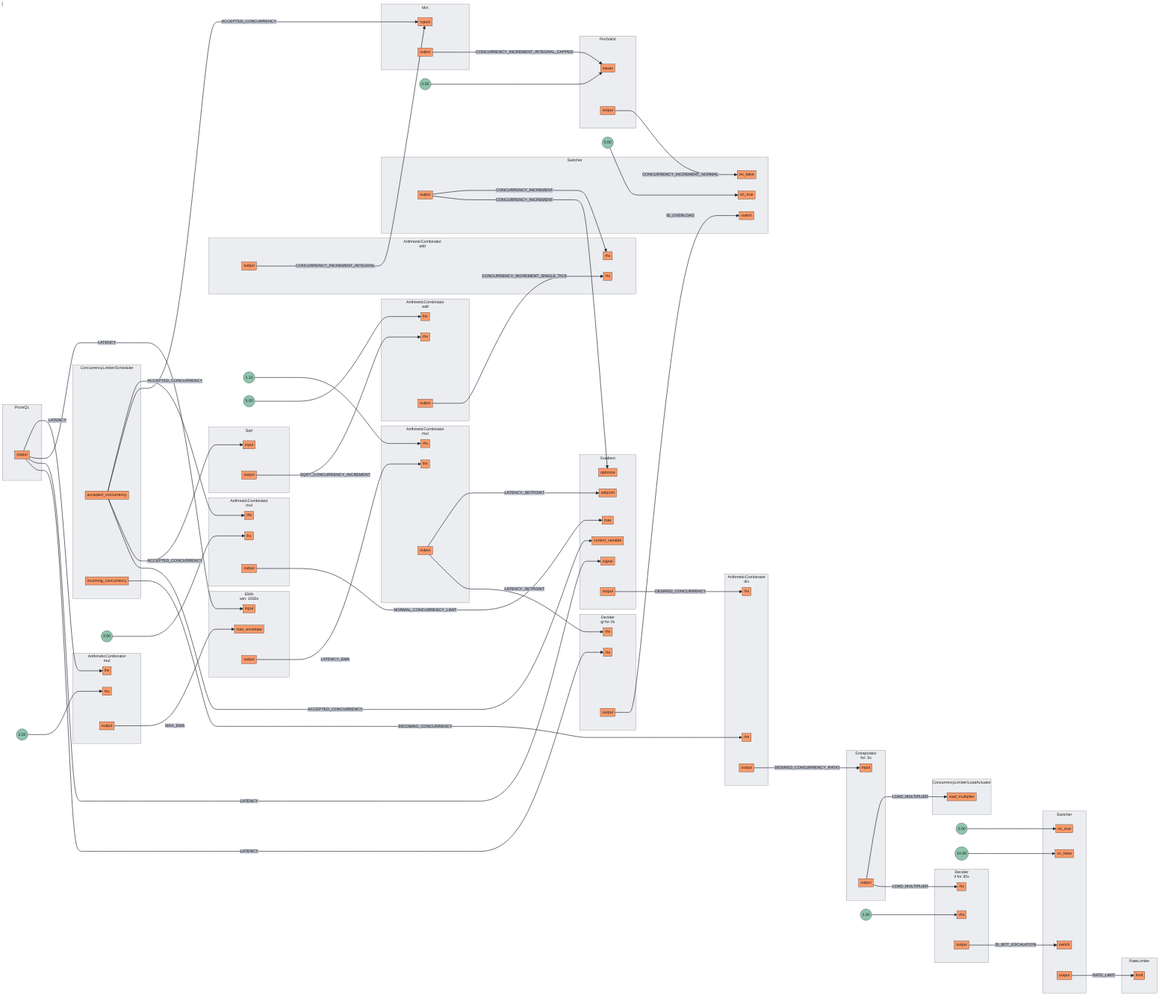
Before: docs/content/tutorials/flow-control/assets/dynamic-rate-limiting/dynamic-rate-limiting.mmd.png, a diagram exported from Mermaid (fluxninja/aperture). Its source is kept beside it as docs/content/tutorials/flow-control/assets/dynamic-rate-limiting/dynamic-rate-limiting.mmd.
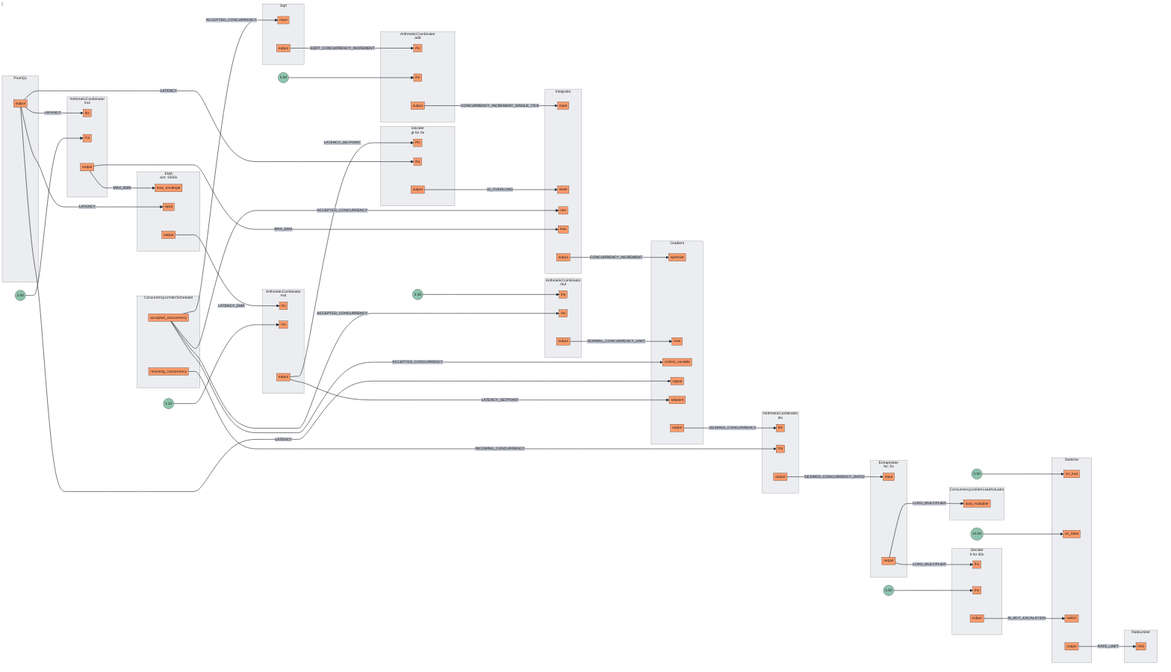
After the commit.

What changed in the source:
```diff
@@ -39,8 +39,8 @@
 subgraph 3[<center>ArithmeticCombinator<br/>mul</center>]
 subgraph 3_inports[ ]
 style 3_inports fill:none,stroke:none
+3lhs[lhs]
 3rhs[rhs]
-3lhs[lhs]
 end
 subgraph 3_outports[ ]
 style 3_outports fill:none,stroke:none
@@ -62,44 +62,39 @@
 end
 FakeConstant3((5.00))
 FakeConstant3 --> 4lhs
-subgraph 5[<center>ArithmeticCombinator<br/>add</center>]
+subgraph 5[Integrator]
 subgraph 5_inports[ ]
 style 5_inports fill:none,stroke:none
-5lhs[lhs]
-5rhs[rhs]
+5input[input]
+5reset[reset]
+5min[min]
+5max[max]
 end
 subgraph 5_outports[ ]
 style 5_outports fill:none,stroke:none
 5output[output]
 end
 end
-subgraph 6[Min]
+subgraph 6[Sqrt]
 subgraph 6_inports[ ]
 style 6_inports fill:none,stroke:none
-6inputs[inputs]
-6inputs[inputs]
+6input[input]
 end
 subgraph 6_outports[ ]
 style 6_outports fill:none,stroke:none
 6output[output]
 end
 end
-subgraph 7[FirstValid]
-subgraph 7_inports[ ]
-style 7_inports fill:none,stroke:none
-7inputs[inputs]
-7inputs[inputs]
-end
+subgraph 7[PromQL]
 subgraph 7_outports[ ]
 style 7_outports fill:none,stroke:none
 7output[output]
 end
 end
-FakeConstant4((0.00))
-FakeConstant4 --> 7inputs
-subgraph 8[Sqrt]
+subgraph 8[<center>EMA<br/>win: 1500s</center>]
 subgraph 8_inports[ ]
 style 8_inports fill:none,stroke:none
+8max_envelope[max_envelope]
 8input[input]
 end
 subgraph 8_outports[ ]
@@ -107,145 +102,111 @@
 8output[output]
 end
 end
-subgraph 9[PromQL]
+subgraph 9[Gradient]
+subgraph 9_inports[ ]
+style 9_inports fill:none,stroke:none
+9optimize[optimize]
+9max[max]
+9control_variable[control_variable]
+9signal[signal]
+9setpoint[setpoint]
+end
 subgraph 9_outports[ ]
 style 9_outports fill:none,stroke:none
 9output[output]
 end
 end
-subgraph 10[<center>EMA<br/>win: 1500s</center>]
+subgraph 10[<center>Extrapolator<br/>for: 5s</center>]
 subgraph 10_inports[ ]
 style 10_inports fill:none,stroke:none
 10input[input]
-10max_envelope[max_envelope]
 end
 subgraph 10_outports[ ]
 style 10_outports fill:none,stroke:none
 10output[output]
 end
 end
-subgraph 11[Gradient]
-subgraph 11_inports[ ]
-style 11_inports fill:none,stroke:none
-11optimize[optimize]
-11max[max]
-11control_variable[control_variable]
-11signal[signal]
-11setpoint[setpoint]
-end
-subgraph 11_outports[ ]
-style 11_outports fill:none,stroke:none
-11output[output]
+subgraph 11.Scheduler[ConcurrencyLimiter/Scheduler]
+subgraph 11.Scheduler_outports[ ]
+style 11.Scheduler_outports fill:none,stroke:none
+11.Scheduleraccepted_concurrency[accepted_concurrency]
+11.Schedulerincoming_concurrency[incoming_concurrency]
 end
 end
-subgraph 12[<center>Extrapolator<br/>for: 5s</center>]
+subgraph 11.LoadActuator[ConcurrencyLimiter/LoadActuator]
+subgraph 11.LoadActuator_inports[ ]
+style 11.LoadActuator_inports fill:none,stroke:none
+11.LoadActuatorload_multiplier[load_multiplier]
+end
+end
+subgraph 15[RateLimiter]
+subgraph 15_inports[ ]
+style 15_inports fill:none,stroke:none
+15limit[limit]
+end
+end
+subgraph 14[Switcher]
+subgraph 14_inports[ ]
+style 14_inports fill:none,stroke:none
+14on_true[on_true]
+14on_false[on_false]
+14switch[switch]
+end
+subgraph 14_outports[ ]
+style 14_outports fill:none,stroke:none
+14output[output]
+end
+end
+FakeConstant4((0.00))
+FakeConstant4 --> 14on_true
+FakeConstant5((10.00))
+FakeConstant5 --> 14on_false
+subgraph 12[<center>Decider<br/>gt for 0s</center>]
 subgraph 12_inports[ ]
 style 12_inports fill:none,stroke:none
-12input[input]
+12rhs[rhs]
+12lhs[lhs]
 end
 subgraph 12_outports[ ]
 style 12_outports fill:none,stroke:none
 12output[output]
 end
 end
-subgraph 13.Scheduler[ConcurrencyLimiter/Scheduler]
-subgraph 13.Scheduler_outports[ ]
-style 13.Scheduler_outports fill:none,stroke:none
-13.Scheduleraccepted_concurrency[accepted_concurrency]
-13.Schedulerincoming_concurrency[incoming_concurrency]
+subgraph 13[<center>Decider<br/>lt for 30s</center>]
+subgraph 13_inports[ ]
+style 13_inports fill:none,stroke:none
+13lhs[lhs]
+13rhs[rhs]
+end
+subgraph 13_outports[ ]
+style 13_outports fill:none,stroke:none
+13output[output]
 end
 end
-subgraph 13.LoadActuator[ConcurrencyLimiter/LoadActuator]
-subgraph 13.LoadActuator_inports[ ]
-style 13.LoadActuator_inports fill:none,stroke:none
-13.LoadActuatorload_multiplier[load_multiplier]
-end
-end
-subgraph 18[RateLimiter]
-subgraph 18_inports[ ]
-style 18_inports fill:none,stroke:none
-18limit[limit]
-end
-end
-subgraph 17[Switcher]
-subgraph 17_inports[ ]
-style 17_inports fill:none,stroke:none
-17on_true[on_true]
-17on_false[on_false]
-17switch[switch]
-end
-subgraph 17_outports[ ]
-style 17_outports fill:none,stroke:none
-17output[output]
-end
-end
-FakeConstant5((0.00))
-FakeConstant5 --> 17on_true
-FakeConstant6((10.00))
-FakeConstant6 --> 17on_false
-subgraph 14[<center>Decider<br/>gt for 0s</center>]
-subgraph 14_inports[ ]
-style 14_inports fill:none,stroke:none
-14lhs[lhs]
-14rhs[rhs]
-end
-subgraph 14_outports[ ]
-style 14_outports fill:none,stroke:none
-14output[output]
-end
-end
-subgraph 15[Switcher]
-subgraph 15_inports[ ]
-style 15_inports fill:none,stroke:none
-15switch[switch]
-15on_true[on_true]
-15on_false[on_false]
-end
-subgraph 15_outports[ ]
-style 15_outports fill:none,stroke:none
-15output[output]
-end
-end
-FakeConstant7((0.00))
-FakeConstant7 --> 15on_true
-subgraph 16[<center>Decider<br/>lt for 30s</center>]
-subgraph 16_inports[ ]
-style 16_inports fill:none,stroke:none
-16lhs[lhs]
-16rhs[rhs]
-end
-subgraph 16_outports[ ]
-style 16_outports fill:none,stroke:none
-16output[output]
-end
-end
-FakeConstant8((1.00))
-FakeConstant8 --> 16rhs
-9output --> |LATENCY| 0lhs
-9output --> |LATENCY| 10input
-9output --> |LATENCY| 11signal
-9output --> |LATENCY| 14lhs
-10output --> |LATENCY_EMA| 1lhs
-11output --> |DESIRED_CONCURRENCY| 2lhs
-12output --> |LOAD_MULTIPLIER| 13.LoadActuatorload_multiplier
-12output --> |LOAD_MULTIPLIER| 16lhs
-15output --> |CONCURRENCY_INCREMENT| 5rhs
-15output --> |CONCURRENCY_INCREMENT| 11optimize
-17output --> |RATE_LIMIT| 18limit
-5output --> |CONCURRENCY_INCREMENT_INTEGRAL| 6inputs
-1output --> |LATENCY_SETPOINT| 11setpoint
-1output --> |LATENCY_SETPOINT| 14rhs
-7output --> |CONCURRENCY_INCREMENT_NORMAL| 15on_false
-13.Schedulerincoming_concurrency --> |INCOMING_CONCURRENCY| 2rhs
-0output --> |MAX_EMA| 10max_envelope
-3output --> |NORMAL_CONCURRENCY_LIMIT| 11max
-6output --> |CONCURRENCY_INCREMENT_INTEGRAL_CAPPED| 7inputs
-8output --> |SQRT_CONCURRENCY_INCREMENT| 4rhs
-13.Scheduleraccepted_concurrency --> |ACCEPTED_CONCURRENCY| 3rhs
-13.Scheduleraccepted_concurrency --> |ACCEPTED_CONCURRENCY| 6inputs
-13.Scheduleraccepted_concurrency --> |ACCEPTED_CONCURRENCY| 8input
-13.Scheduleraccepted_concurrency --> |ACCEPTED_CONCURRENCY| 11control_variable
-14output --> |IS_OVERLOAD| 15switch
-2output --> |DESIRED_CONCURRENCY_RATIO| 12input
-16output --> |IS_BOT_ESCALATION| 17switch
-4output --> |CONCURRENCY_INCREMENT_SINGLE_TICK| 5lhs
+FakeConstant6((1.00))
+FakeConstant6 --> 13rhs
+2output --> |DESIRED_CONCURRENCY_RATIO| 10input
+6output --> |SQRT_CONCURRENCY_INCREMENT| 4rhs
+10output --> |LOAD_MULTIPLIER| 11.LoadActuatorload_multiplier
+10output --> |LOAD_MULTIPLIER| 13lhs
+12output --> |IS_OVERLOAD| 5reset
+14output --> |RATE_LIMIT| 15limit
+0output --> |MAX_EMA| 5max
+0output --> |MAX_EMA| 8max_envelope
+3output --> |NORMAL_CONCURRENCY_LIMIT| 9max
+5output --> |CONCURRENCY_INCREMENT| 9optimize
+7output --> |LATENCY| 0lhs
+7output --> |LATENCY| 8input
+7output --> |LATENCY| 9signal
+7output --> |LATENCY| 12lhs
+11.Scheduleraccepted_concurrency --> |ACCEPTED_CONCURRENCY| 3rhs
+11.Scheduleraccepted_concurrency --> |ACCEPTED_CONCURRENCY| 5min
+11.Scheduleraccepted_concurrency --> |ACCEPTED_CONCURRENCY| 6input
+11.Scheduleraccepted_concurrency --> |ACCEPTED_CONCURRENCY| 9control_variable
+11.Schedulerincoming_concurrency --> |INCOMING_CONCURRENCY| 2rhs
+8output --> |LATENCY_EMA| 1lhs
+13output --> |IS_BOT_ESCALATION| 14switch
+1output --> |LATENCY_SETPOINT| 9setpoint
+1output --> |LATENCY_SETPOINT| 12rhs
+4output --> |CONCURRENCY_INCREMENT_SINGLE_TICK| 5input
+9output --> |DESIRED_CONCURRENCY| 2lhs
```
